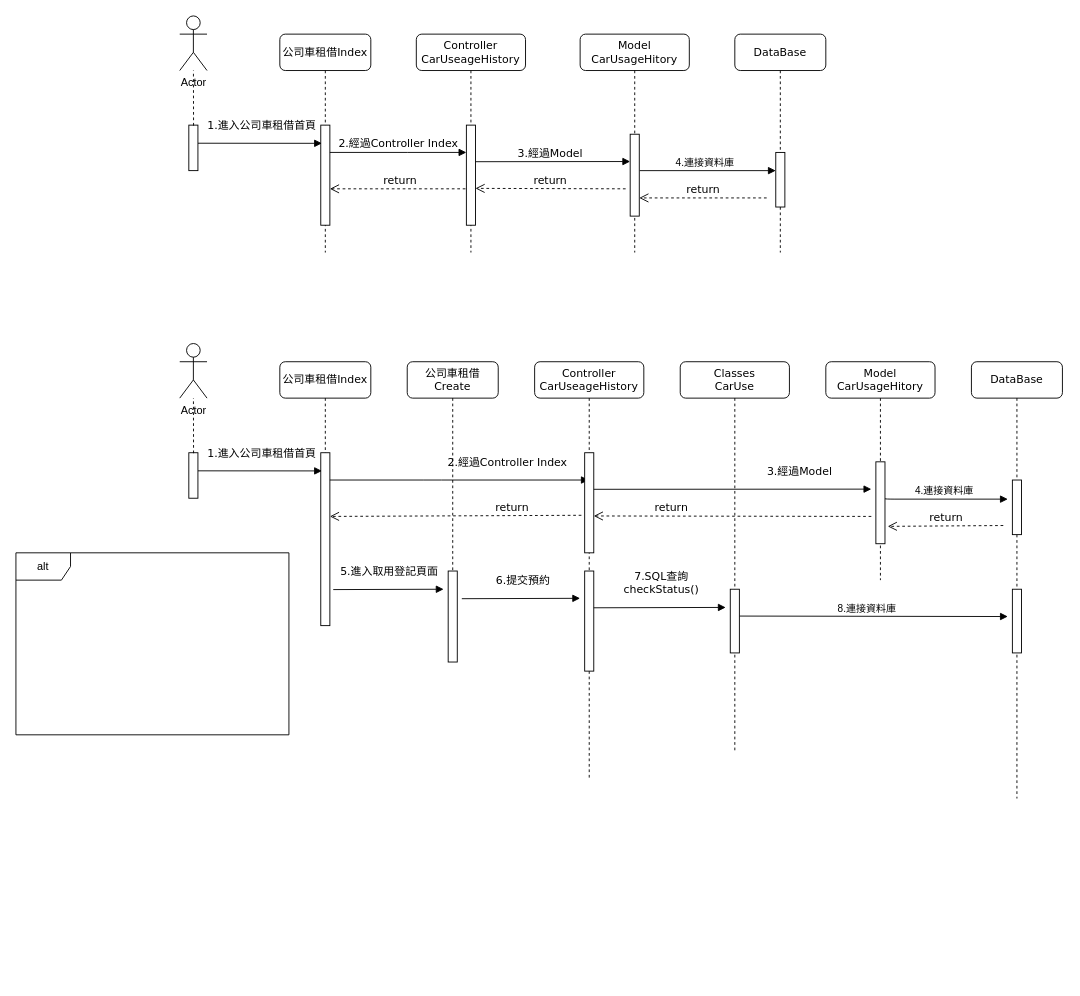
This is images/公司車租借循序圖.drawio from merosun/windows, a draw.io file, before an edit. Source tidied: cells renumbered, new cells numbered last; positions are measured from the earlier drawing's top-left corner, leaving out a move shared by most shapes. Both pictures are drawn from the tidied source at 91%, with x=0, y=0 at pixel (15, 15).
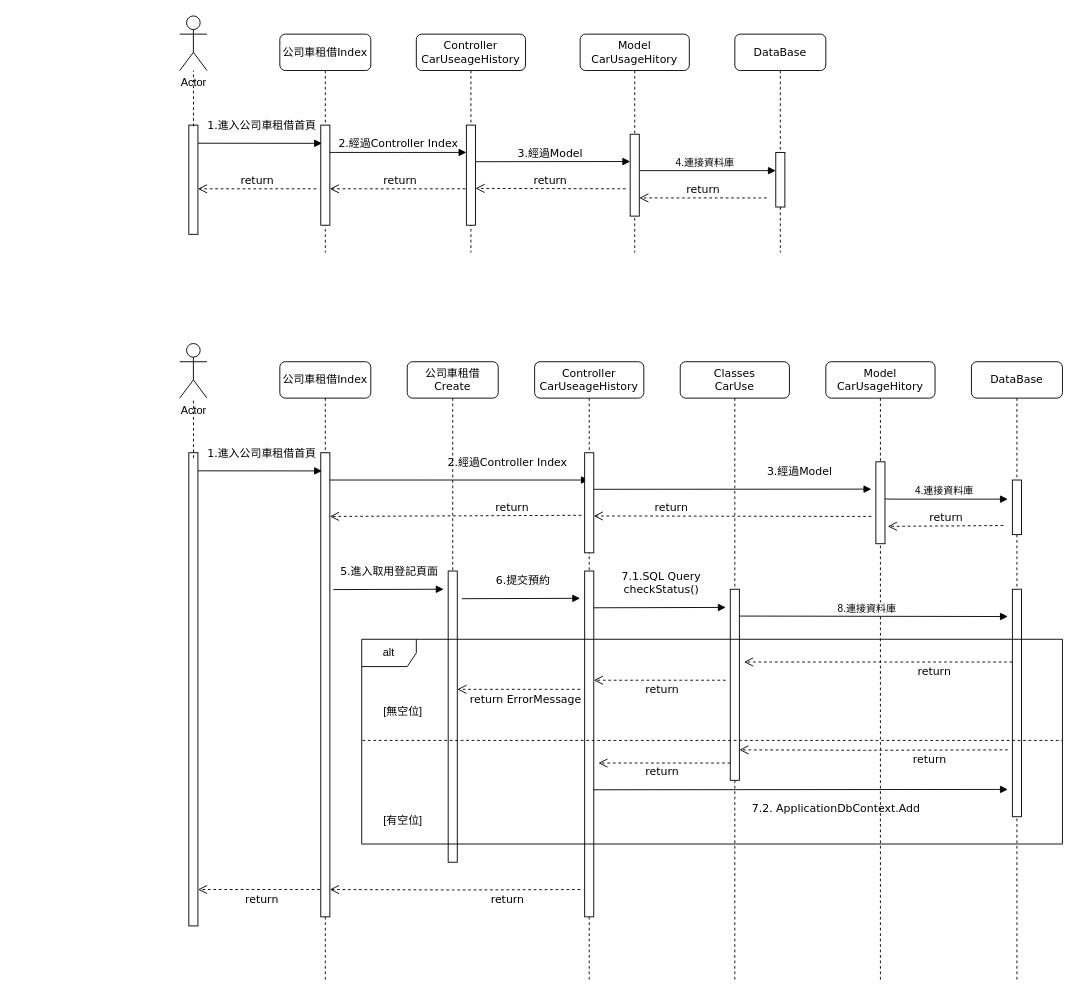
The same diagram, later.

Commit message (it also covers changes not shown here):
更新公司車租借循序圖.drawio

Diff of the diagram source:
```diff
@@
     <mxCell id="11" style="html=1;points=[];perimeter=orthogonalPerimeter;rounded=0;shadow=0;comic=0;labelBackgroundColor=none;strokeWidth=1;fontFamily=Verdana;fontSize=12;align=center;" parent="1" vertex="1">
-      <mxGeometry x="190" y="120" width="10" height="50" as="geometry" />
+      <mxGeometry x="190" y="120" width="10" height="120" as="geometry" />
     </mxCell>
@@
     <mxCell id="21" value="公司車租借Index" style="shape=umlLifeline;perimeter=lifelinePerimeter;whiteSpace=wrap;html=1;rounded=1;shadow=0;comic=0;labelBackgroundColor=none;strokeWidth=1;fontFamily=Verdana;fontSize=12;align=center;" parent="1" vertex="1">
-      <mxGeometry x="290" y="380" width="100" height="290" as="geometry" />
+      <mxGeometry x="290" y="380" width="100" height="680" as="geometry" />
     </mxCell>
-    <mxCell id="22" style="html=1;perimeter=orthogonalPerimeter;rounded=0;shadow=0;comic=0;labelBackgroundColor=none;strokeWidth=1;fontFamily=Verdana;fontSize=12;align=center;" parent="21" vertex="1">
-      <mxGeometry x="45" y="100" width="10" height="190" as="geometry" />
-    </mxCell>
@@
+    <mxCell id="52" value="return" style="html=1;verticalAlign=bottom;endArrow=open;dashed=1;endSize=8;labelBackgroundColor=none;fontFamily=Verdana;fontSize=12;" parent="21" edge="1">
+      <mxGeometry x="-0.42" y="20" relative="1" as="geometry">
+        <mxPoint x="330" y="580" as="sourcePoint" />
+        <mxPoint x="55" y="580" as="targetPoint" />
+        <Array as="points">
+          <mxPoint x="200" y="580.5" />
+        </Array>
+      </mxGeometry>
+    </mxCell>
+    <mxCell id="53" value="return" style="html=1;verticalAlign=bottom;endArrow=open;dashed=1;endSize=8;labelBackgroundColor=none;fontFamily=Verdana;fontSize=12;" parent="21" edge="1">
+      <mxGeometry y="20" relative="1" as="geometry">
+        <mxPoint x="50" y="580" as="sourcePoint" />
+        <mxPoint x="-90" y="580" as="targetPoint" />
+      </mxGeometry>
+    </mxCell>
+    <mxCell id="22" style="html=1;perimeter=orthogonalPerimeter;rounded=0;shadow=0;comic=0;labelBackgroundColor=none;strokeWidth=1;fontFamily=Verdana;fontSize=12;align=center;" parent="21" vertex="1">
+      <mxGeometry x="45" y="100" width="10" height="510" as="geometry" />
+    </mxCell>
     <mxCell id="25" value="DataBase" style="shape=umlLifeline;perimeter=lifelinePerimeter;whiteSpace=wrap;html=1;rounded=1;shadow=0;comic=0;labelBackgroundColor=none;strokeWidth=1;fontFamily=Verdana;fontSize=12;align=center;" parent="1" vertex="1">
-      <mxGeometry x="1050" y="380" width="100" height="480" as="geometry" />
+      <mxGeometry x="1050" y="380" width="100" height="680" as="geometry" />
     </mxCell>
@@
     <mxCell id="28" style="html=1;perimeter=orthogonalPerimeter;rounded=0;shadow=0;comic=0;labelBackgroundColor=none;strokeColor=#000000;strokeWidth=1;fillColor=#FFFFFF;fontFamily=Verdana;fontSize=12;fontColor=#000000;align=center;" parent="25" vertex="1">
-      <mxGeometry x="45" y="250" width="10" height="70" as="geometry" />
+      <mxGeometry x="45" y="250" width="10" height="250" as="geometry" />
     </mxCell>
@@
     <mxCell id="31" style="html=1;points=[];perimeter=orthogonalPerimeter;rounded=0;shadow=0;comic=0;labelBackgroundColor=none;strokeWidth=1;fontFamily=Verdana;fontSize=12;align=center;" parent="1" vertex="1">
-      <mxGeometry x="190" y="480" width="10" height="50" as="geometry" />
+      <mxGeometry x="190" y="480" width="10" height="520" as="geometry" />
     </mxCell>
     <mxCell id="32" value="Model&lt;br&gt;CarUsageHitory" style="shape=umlLifeline;perimeter=lifelinePerimeter;whiteSpace=wrap;html=1;rounded=1;shadow=0;comic=0;labelBackgroundColor=none;strokeWidth=1;fontFamily=Verdana;fontSize=12;align=center;" parent="1" vertex="1">
-      <mxGeometry x="890" y="380" width="120" height="240" as="geometry" />
+      <mxGeometry x="890" y="380" width="120" height="680" as="geometry" />
     </mxCell>
@@
     <mxCell id="37" value="Controller&lt;br&gt;CarUseageHistory" style="shape=umlLifeline;perimeter=lifelinePerimeter;whiteSpace=wrap;html=1;outlineConnect=0;rounded=1;shadow=0;comic=0;labelBackgroundColor=none;strokeWidth=1;fontFamily=Verdana;fontSize=12;align=center;" parent="1" vertex="1">
-      <mxGeometry x="570" y="380" width="120" height="460" as="geometry" />
+      <mxGeometry x="570" y="380" width="120" height="680" as="geometry" />
     </mxCell>
@@
     <mxCell id="39" style="html=1;perimeter=orthogonalPerimeter;rounded=0;shadow=0;comic=0;labelBackgroundColor=none;strokeWidth=1;fontFamily=Verdana;fontSize=12;align=center;" parent="37" vertex="1">
-      <mxGeometry x="55" y="230" width="10" height="110" as="geometry" />
+      <mxGeometry x="55" y="230" width="10" height="380" as="geometry" />
     </mxCell>
@@
     <mxCell id="42" style="html=1;perimeter=orthogonalPerimeter;rounded=0;shadow=0;comic=0;labelBackgroundColor=none;strokeWidth=1;fontFamily=Verdana;fontSize=12;align=center;" parent="1" vertex="1">
-      <mxGeometry x="475" y="610" width="10" height="100" as="geometry" />
+      <mxGeometry x="475" y="610" width="10" height="320" as="geometry" />
     </mxCell>
@@
-    <mxCell id="44" value="alt" style="shape=umlFrame;whiteSpace=wrap;html=1;" parent="1" vertex="1">
-      <mxGeometry y="590" width="300" height="200" as="geometry" />
-    </mxCell>
@@
     <mxCell id="46" value="Classes&lt;br&gt;CarUse" style="shape=umlLifeline;perimeter=lifelinePerimeter;whiteSpace=wrap;html=1;rounded=1;shadow=0;comic=0;labelBackgroundColor=none;strokeWidth=1;fontFamily=Verdana;fontSize=12;align=center;" parent="1" vertex="1">
-      <mxGeometry x="730" y="380" width="120" height="430" as="geometry" />
+      <mxGeometry x="730" y="380" width="120" height="680" as="geometry" />
     </mxCell>
@@
     <mxCell id="49" style="html=1;perimeter=orthogonalPerimeter;rounded=0;shadow=0;comic=0;labelBackgroundColor=none;strokeWidth=1;fontFamily=Verdana;fontSize=12;align=center;" parent="1" vertex="1">
-      <mxGeometry x="785" y="630" width="10" height="70" as="geometry" />
+      <mxGeometry x="785" y="630" width="10" height="210" as="geometry" />
     </mxCell>
@@
-    <mxCell id="51" value="7.SQL查詢&lt;br&gt;checkStatus()" style="html=1;verticalAlign=bottom;endArrow=block;labelBackgroundColor=none;fontFamily=Verdana;fontSize=12;edgeStyle=elbowEdgeStyle;elbow=vertical;exitX=1.32;exitY=0.127;exitDx=0;exitDy=0;exitPerimeter=0;" parent="1" edge="1">
+    <mxCell id="51" value="7.1.SQL Query&lt;br&gt;checkStatus()" style="html=1;verticalAlign=bottom;endArrow=block;labelBackgroundColor=none;fontFamily=Verdana;fontSize=12;edgeStyle=elbowEdgeStyle;elbow=vertical;exitX=1.32;exitY=0.127;exitDx=0;exitDy=0;exitPerimeter=0;" parent="1" edge="1">
       <mxGeometry x="0.02" y="10" relative="1" as="geometry">
         <mxPoint x="635" y="650.4" as="sourcePoint" />
         <mxPoint x="780" y="650" as="targetPoint" />
       </mxGeometry>
     </mxCell>
+    <mxCell id="44" value="alt" style="shape=umlFrame;whiteSpace=wrap;html=1;" parent="1" vertex="1">
+      <mxGeometry x="380" y="685" width="770" height="225" as="geometry" />
+    </mxCell>
+    <mxCell id="54" style="endArrow=none;dashed=1;html=1;rounded=0;entryX=1.001;entryY=0.494;entryDx=0;entryDy=0;entryPerimeter=0;exitX=0.001;exitY=0.494;exitDx=0;exitDy=0;exitPerimeter=0;" parent="1" edge="1" source="44" target="44">
+      <mxGeometry relative="1" as="geometry" />
+    </mxCell>
+    <mxCell id="55" value="[無空位]" style="text;html=1;align=center;verticalAlign=middle;strokeColor=none;fillColor=none;" parent="1" vertex="1">
+      <mxGeometry x="390" y="750" width="70" height="30" as="geometry" />
+    </mxCell>
+    <mxCell id="56" value="[有空位]" style="text;html=1;align=center;verticalAlign=middle;strokeColor=none;fillColor=none;" parent="1" vertex="1">
+      <mxGeometry x="390" y="870" width="70" height="30" as="geometry" />
+    </mxCell>
+    <mxCell id="57" value="return" style="html=1;verticalAlign=bottom;endArrow=open;dashed=1;endSize=8;labelBackgroundColor=none;fontFamily=Verdana;fontSize=12;" parent="1" edge="1">
+      <mxGeometry x="-0.42" y="20" relative="1" as="geometry">
+        <mxPoint x="1095" y="710" as="sourcePoint" />
+        <mxPoint x="800" y="710" as="targetPoint" />
+      </mxGeometry>
+    </mxCell>
+    <mxCell id="58" value="return" style="html=1;verticalAlign=bottom;endArrow=open;dashed=1;endSize=8;labelBackgroundColor=none;fontFamily=Verdana;fontSize=12;" parent="1" edge="1">
+      <mxGeometry x="-0.03" y="20" relative="1" as="geometry">
+        <mxPoint x="780" y="730" as="sourcePoint" />
+        <mxPoint x="635" y="730" as="targetPoint" />
+      </mxGeometry>
+    </mxCell>
+    <mxCell id="59" value="return ErrorMessage" style="html=1;verticalAlign=bottom;endArrow=open;dashed=1;endSize=8;labelBackgroundColor=none;fontFamily=Verdana;fontSize=12;" parent="1" edge="1">
+      <mxGeometry x="-0.11" y="20" relative="1" as="geometry">
+        <mxPoint x="620" y="740" as="sourcePoint" />
+        <mxPoint x="485" y="740" as="targetPoint" />
+      </mxGeometry>
+    </mxCell>
+    <mxCell id="60" value="return" style="html=1;verticalAlign=bottom;endArrow=open;dashed=1;endSize=8;labelBackgroundColor=none;fontFamily=Verdana;fontSize=12;" parent="1" edge="1">
+      <mxGeometry x="-0.42" y="20" relative="1" as="geometry">
+        <mxPoint x="1090" y="806.5" as="sourcePoint" />
+        <mxPoint x="795" y="806.5" as="targetPoint" />
+        <Array as="points">
+          <mxPoint x="940" y="807" />
+        </Array>
+      </mxGeometry>
+    </mxCell>
+    <mxCell id="61" value="return" style="html=1;verticalAlign=bottom;endArrow=open;dashed=1;endSize=8;labelBackgroundColor=none;fontFamily=Verdana;fontSize=12;" parent="1" edge="1">
+      <mxGeometry x="0.03" y="19" relative="1" as="geometry">
+        <mxPoint x="785" y="821" as="sourcePoint" />
+        <mxPoint x="640" y="821" as="targetPoint" />
+      </mxGeometry>
+    </mxCell>
+    <mxCell id="62" value="7.2. ApplicationDbContext.Add" style="html=1;verticalAlign=bottom;endArrow=block;labelBackgroundColor=none;fontFamily=Verdana;fontSize=12;edgeStyle=elbowEdgeStyle;elbow=vertical;exitX=1.32;exitY=0.127;exitDx=0;exitDy=0;exitPerimeter=0;" parent="1" edge="1">
+      <mxGeometry x="0.17" y="-30" relative="1" as="geometry">
+        <mxPoint x="635" y="850.4" as="sourcePoint" />
+        <mxPoint x="1090" y="850" as="targetPoint" />
+      </mxGeometry>
+    </mxCell>
+    <mxCell id="63" value="return" style="html=1;verticalAlign=bottom;endArrow=open;dashed=1;endSize=8;labelBackgroundColor=none;fontFamily=Verdana;fontSize=12;" parent="1" edge="1">
+      <mxGeometry relative="1" as="geometry">
+        <mxPoint x="330" y="190" as="sourcePoint" />
+        <mxPoint x="200" y="190" as="targetPoint" />
+      </mxGeometry>
+    </mxCell>
```
